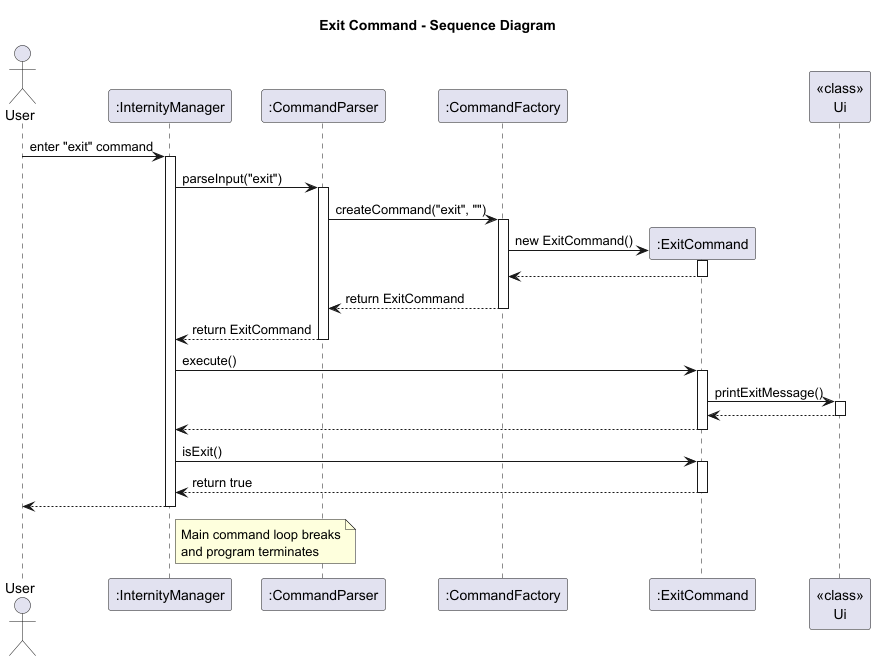
Earlier version of the PlantUML export docs/diagrams/ExitCommandSD.png (AY2526S1-CS2113-W14-4/tp). Source of this version:
```plantuml
@startuml
title Exit Command - Sequence Diagram

actor User
participant ":InternityManager" as IM
participant ":CommandParser" as CP
participant ":CommandFactory" as CF
participant ":ExitCommand" as EC
participant "<<class>>\nUi" as Ui

User -> IM: enter "exit" command
activate IM

IM -> CP: parseInput("exit")
activate CP

CP -> CF: createCommand("exit", "")
activate CF
CF -> EC**: new ExitCommand()
activate EC
return
deactivate EC
CF --> CP: return ExitCommand
deactivate CF

CP --> IM: return ExitCommand
deactivate CP

IM -> EC: execute()
activate EC
EC -> Ui: printExitMessage()
activate Ui
Ui --> EC
deactivate Ui
EC --> IM
deactivate EC

IM -> EC: isExit()
activate EC
EC --> IM: return true
deactivate EC
IM --> User

note right of IM
  Main command loop breaks
  and program terminates
end note
deactivate IM
@enduml
```
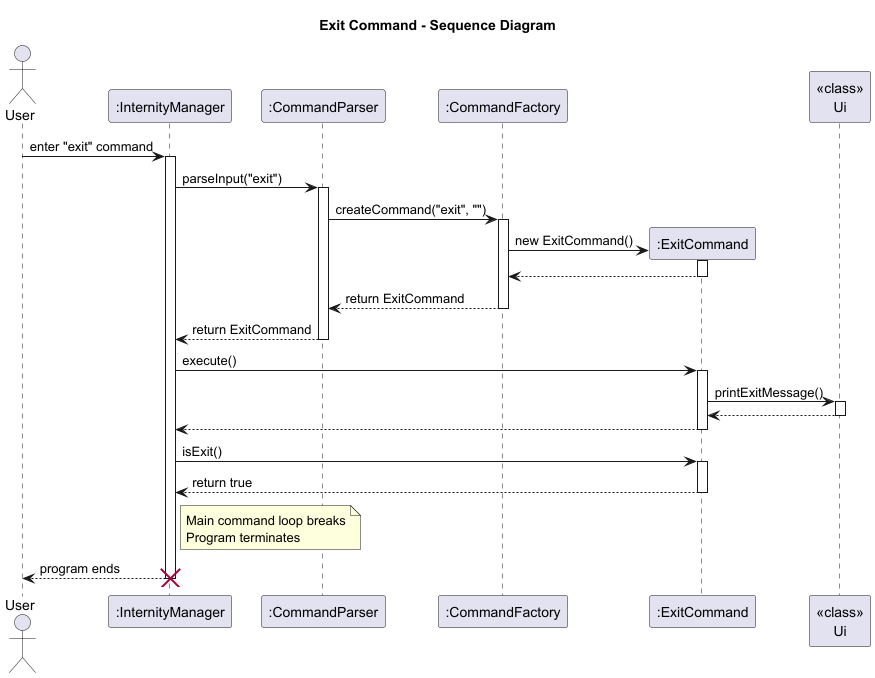
The same diagram one commit later.

Change to the diagram source:
```diff
@@ -39,11 +39,12 @@
 activate EC
 EC --> IM: return true
 deactivate EC
-IM --> User
 
 note right of IM
   Main command loop breaks
-  and program terminates
+  Program terminates
 end note
-deactivate IM
+
+IM --> User: program ends
+destroy IM
 @enduml
```
